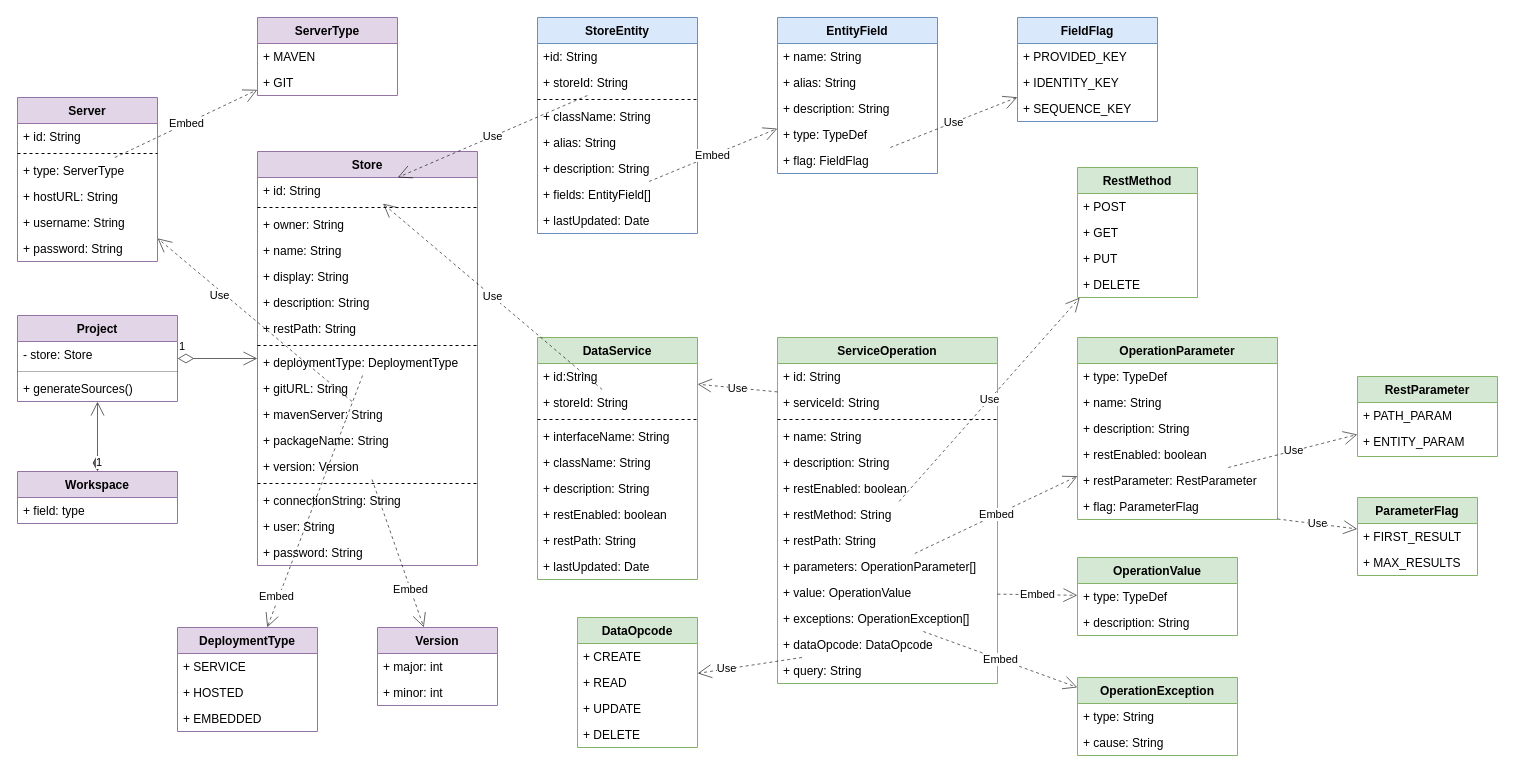
This is page "API Gateway Meta" (1 of 7) of doc/diagrams.drawio from js-lib-com/tiny-store, a draw.io file, before an edit. Source tidied: cells renumbered, new cells numbered last; positions are measured from the earlier drawing's top-left corner, leaving out a move shared by most shapes. Both pictures are drawn from the tidied source at 100%, with x=0, y=0 at pixel (17, 17).
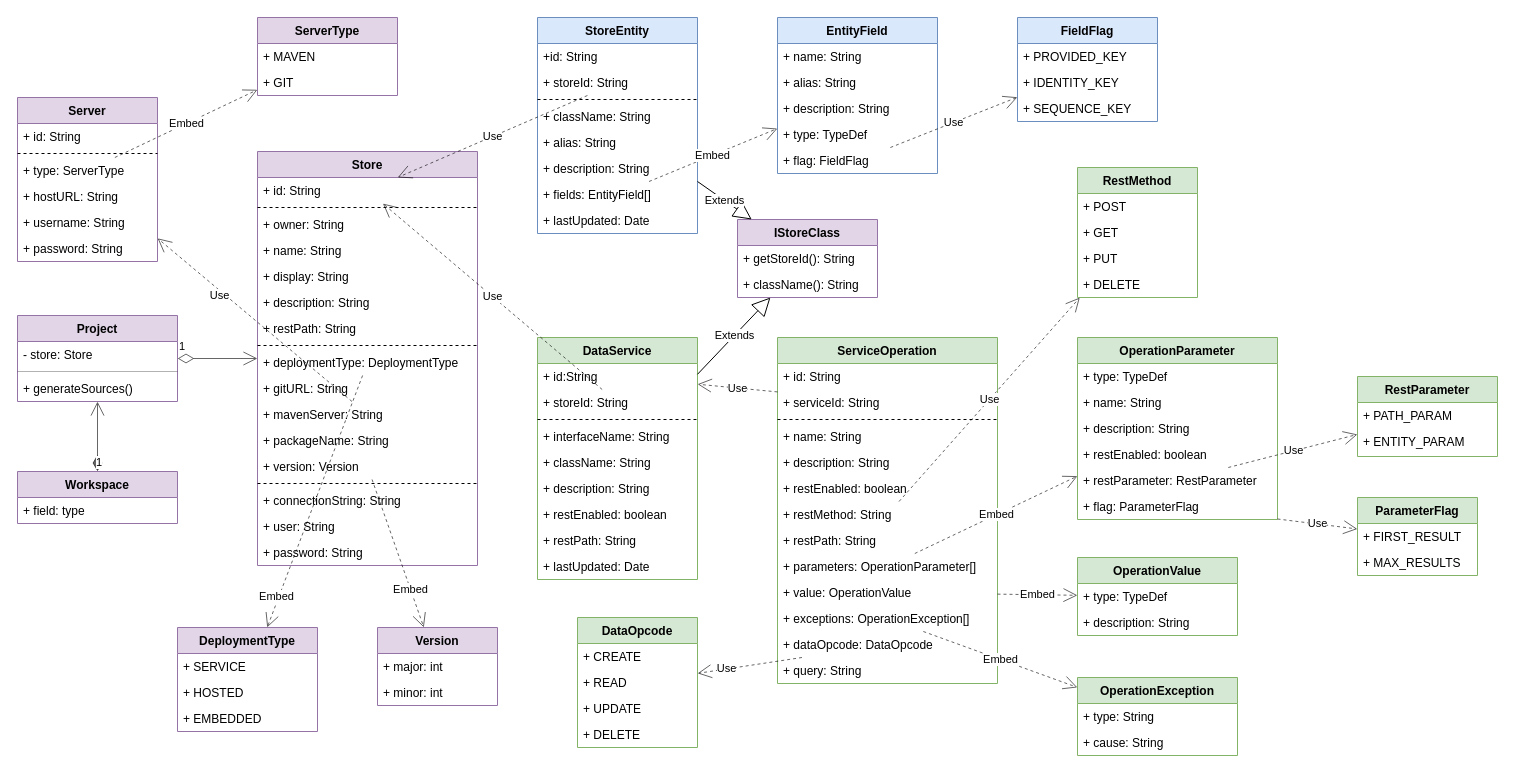
The same page after the edit.

The change refers to these unchanged cells:
```xml
<mxCell id="20" value="StoreEntity" style="swimlane;fontStyle=1;align=center;verticalAlign=top;horizontal=1;startSize=26;rounded=0;fillColor=#dae8fc;strokeColor=#6c8ebf;" parent="1" vertex="1">
  <mxGeometry x="520" width="160" height="216" as="geometry" />
</mxCell>
<mxCell id="29" value="DataService" style="swimlane;fontStyle=1;align=center;verticalAlign=top;horizontal=1;startSize=26;rounded=0;fillColor=#d5e8d4;strokeColor=#82b366;" parent="1" vertex="1">
  <mxGeometry x="520" y="320" width="160" height="242" as="geometry" />
</mxCell>
```

Change to the diagram source:
```diff
@@
+    <mxCell id="133" value="IStoreClass" style="swimlane;fontStyle=1;horizontal=1;startSize=26;fillColor=#e1d5e7;strokeColor=#9673a6;" parent="1" vertex="1">
+      <mxGeometry x="720" y="202" width="140" height="78" as="geometry" />
+    </mxCell>
+    <mxCell id="134" value="+ getStoreId(): String" style="text;strokeColor=none;fillColor=none;align=left;verticalAlign=top;spacingLeft=4;spacingRight=4;overflow=hidden;" parent="133" vertex="1">
+      <mxGeometry y="26" width="140" height="26" as="geometry" />
+    </mxCell>
+    <mxCell id="135" value="+ className(): String" style="text;strokeColor=none;fillColor=none;align=left;verticalAlign=top;spacingLeft=4;spacingRight=4;overflow=hidden;" parent="133" vertex="1">
+      <mxGeometry y="52" width="140" height="26" as="geometry" />
+    </mxCell>
+    <mxCell id="136" value="Extends" style="endArrow=block;endSize=16;endFill=0;html=1;rounded=0;" parent="1" edge="1" source="20" target="133">
+      <mxGeometry relative="1" as="geometry" />
+    </mxCell>
+    <mxCell id="137" value="Extends" style="endArrow=block;endSize=16;endFill=0;html=1;rounded=0;" parent="1" edge="1" source="29" target="133">
+      <mxGeometry relative="1" as="geometry" />
+    </mxCell>
```
